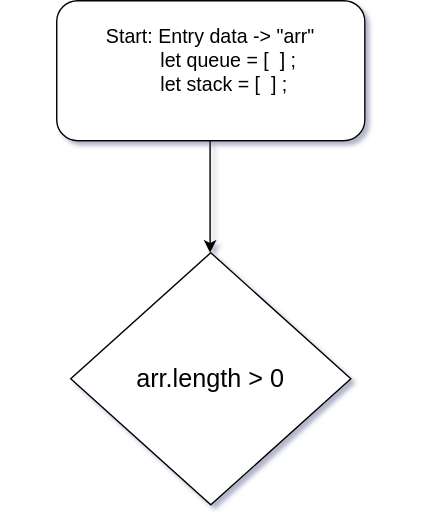
The draw.io diagram Untitled Diagram.drawio.svg in jcgm3205/jcgm3205, before a commit. Source tidied: cells renumbered, new cells last; positions are measured from the earlier drawing's top-left corner, leaving out a move shared by most shapes.
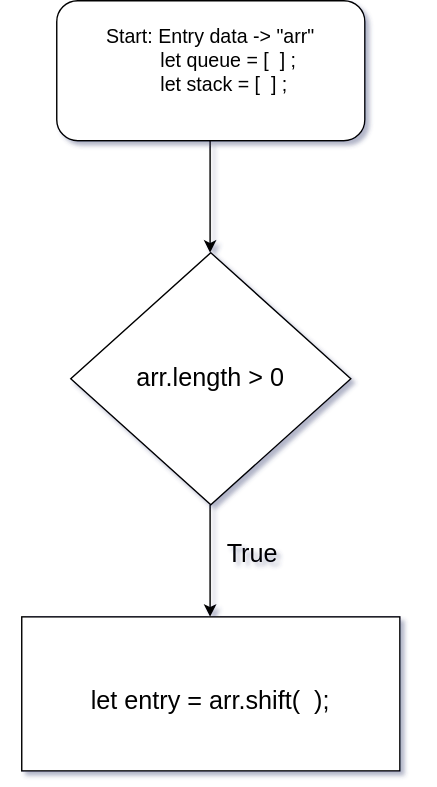
Above is the later version.

Change to the diagram source:
```diff
@@ -20,5 +20,20 @@
     <mxCell id="6" value="&lt;font style=&quot;font-size: 18px&quot;&gt;arr.length &amp;gt; 0&lt;/font&gt;" style="text;html=1;strokeColor=none;fillColor=none;align=center;verticalAlign=middle;whiteSpace=wrap;rounded=0;fontSize=14;" parent="1" vertex="1">
       <mxGeometry x="90" y="220" width="120" height="100" as="geometry" />
     </mxCell>
+    <mxCell id="7" style="endArrow=classic;html=1;rounded=0;fontSize=14;" parent="1" edge="1">
+      <mxGeometry relative="1" as="geometry">
+        <mxPoint x="149.5" y="360" as="sourcePoint" />
+        <mxPoint x="149.5" y="440" as="targetPoint" />
+      </mxGeometry>
+    </mxCell>
+    <mxCell id="8" value="True" style="text;html=1;strokeColor=none;fillColor=none;align=center;verticalAlign=middle;whiteSpace=wrap;rounded=0;fontSize=18;" parent="1" vertex="1">
+      <mxGeometry x="150" y="380" width="60" height="30" as="geometry" />
+    </mxCell>
+    <mxCell id="9" style="rounded=0;whiteSpace=wrap;html=1;fontSize=18;" parent="1" vertex="1">
+      <mxGeometry x="15" y="440" width="270" height="110" as="geometry" />
+    </mxCell>
+    <mxCell id="10" value="let entry = arr.shift(&amp;nbsp; );" style="text;html=1;strokeColor=none;fillColor=none;align=center;verticalAlign=middle;whiteSpace=wrap;rounded=0;fontSize=18;" parent="1" vertex="1">
+      <mxGeometry x="50" y="470" width="200" height="60" as="geometry" />
+    </mxCell>
   </root>
 </mxGraphModel>
```
